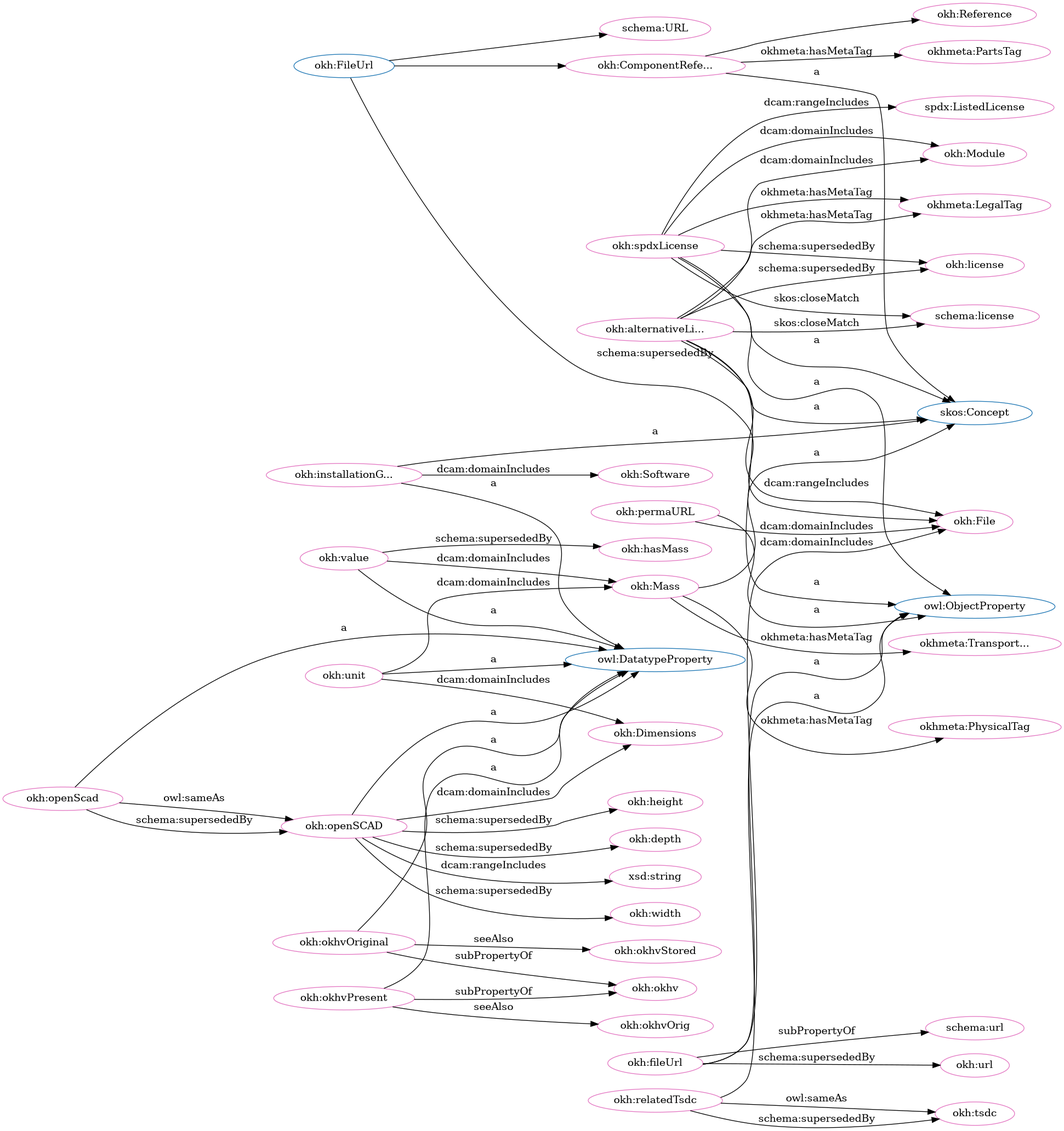
Before: src/spec/dot_okh_deprecated.png, a diagram exported from Graphviz (iop-alliance/OpenKnowHow). Its source is kept beside it as src/spec/dot_okh_deprecated.dot.
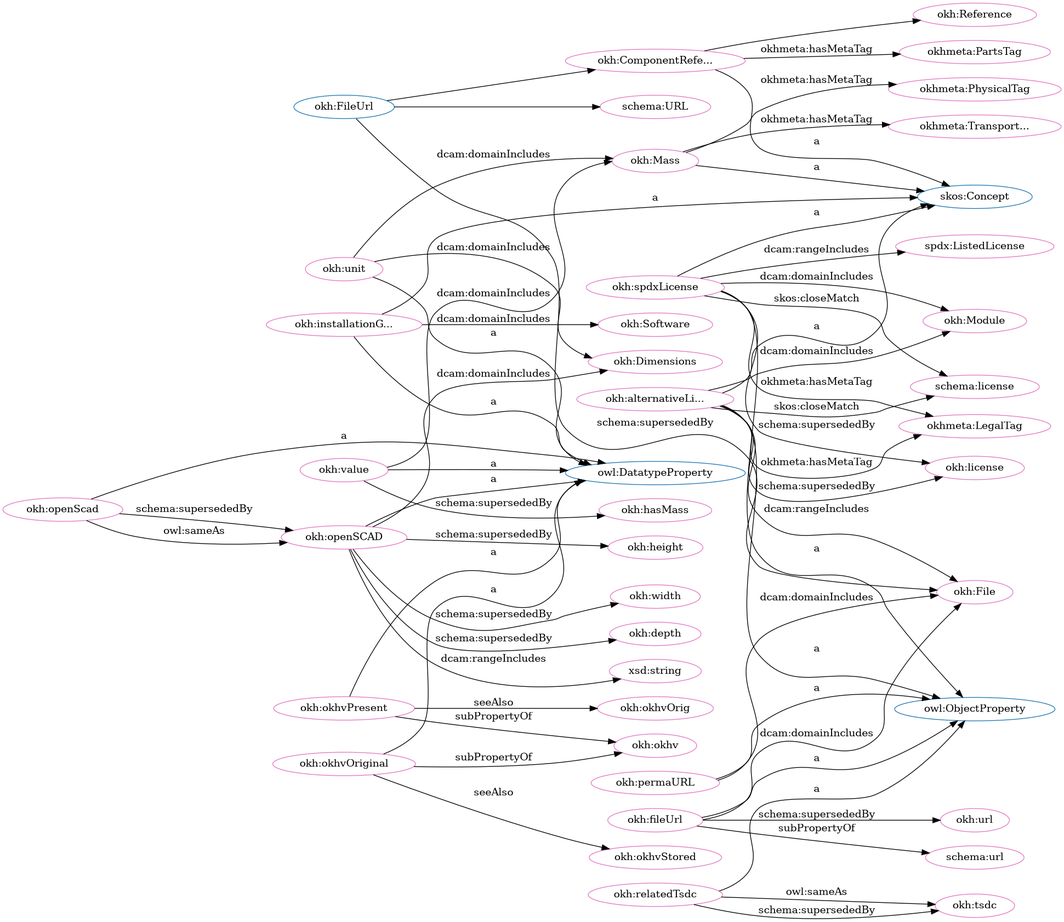
After the commit.

What changed in the source:
```diff
@@ -2,105 +2,105 @@
   rankdir=BT
   node[height=.3]
 "http://w3id.org/oseg/ont/okh#FileUrl" [fillcolor="#1f77b4" color="#1f77b4" label="okh:FileUrl"]
-"http://www.w3.org/2002/07/owl#DatatypeProperty" [fillcolor="#1f77b4" color="#1f77b4" label="owl:DatatypeProperty"]
-"http://schema.org/URL" [fillcolor="#1f77b4" color="#1f77b4" label="schema:URL"]
 "http://w3id.org/oseg/ont/okh#Reference" [fillcolor="#1f77b4" color="#1f77b4" label="okh:Reference"]
-"http://www.w3.org/2002/07/owl#ObjectProperty" [fillcolor="#1f77b4" color="#1f77b4" label="owl:ObjectProperty"]
-"http://www.w3.org/2004/02/skos/core#Concept" [fillcolor="#1f77b4" color="#1f77b4" label="skos:Concept"]
 "http://w3id.org/oseg/ont/okh#Mass" [fillcolor="#1f77b4" color="#1f77b4" label="okh:Mass"]
 "http://w3id.org/oseg/ont/okh#ComponentReference" [fillcolor="#1f77b4" color="#1f77b4" label="okh:ComponentRefe..."]
-"http://schema.org/url" [fillcolor="#e377c2" color="#e377c2" label="schema:url"]
-"http://w3id.org/oseg/ont/okhmetaPartsTag" [fillcolor="#e377c2" color="#e377c2" label="okhmeta:PartsTag"]
-"http://w3id.org/oseg/ont/okh#Module" [fillcolor="#e377c2" color="#e377c2" label="okh:Module"]
+"http://www.w3.org/2004/02/skos/core#Concept" [fillcolor="#1f77b4" color="#1f77b4" label="skos:Concept"]
+"http://schema.org/URL" [fillcolor="#1f77b4" color="#1f77b4" label="schema:URL"]
+"http://www.w3.org/2002/07/owl#ObjectProperty" [fillcolor="#1f77b4" color="#1f77b4" label="owl:ObjectProperty"]
+"http://www.w3.org/2002/07/owl#DatatypeProperty" [fillcolor="#1f77b4" color="#1f77b4" label="owl:DatatypeProperty"]
+"http://w3id.org/oseg/ont/okh#width" [fillcolor="#e377c2" color="#e377c2" label="okh:width"]
+"http://w3id.org/oseg/ont/okh#Mass" [fillcolor="#e377c2" color="#e377c2" label="okh:Mass"]
 "http://w3id.org/oseg/ont/okh#url" [fillcolor="#e377c2" color="#e377c2" label="okh:url"]
 "http://w3id.org/oseg/ont/okh#File" [fillcolor="#e377c2" color="#e377c2" label="okh:File"]
+"http://w3id.org/oseg/ont/okh#license" [fillcolor="#e377c2" color="#e377c2" label="okh:license"]
+"http://w3id.org/oseg/ont/okh#unit" [fillcolor="#e377c2" color="#e377c2" label="okh:unit"]
+"http://w3id.org/oseg/ont/okhmetaLegalTag" [fillcolor="#e377c2" color="#e377c2" label="okhmeta:LegalTag"]
 "http://w3id.org/oseg/ont/okh#ComponentReference" [fillcolor="#e377c2" color="#e377c2" label="okh:ComponentRefe..."]
+"http://w3id.org/oseg/ont/okh#installationGuide" [fillcolor="#e377c2" color="#e377c2" label="okh:installationG..."]
+"http://w3id.org/oseg/ont/okh#permaURL" [fillcolor="#e377c2" color="#e377c2" label="okh:permaURL"]
+"http://schema.org/URL" [fillcolor="#e377c2" color="#e377c2" label="schema:URL"]
+"http://w3id.org/oseg/ont/okh#okhv" [fillcolor="#e377c2" color="#e377c2" label="okh:okhv"]
+"http://w3id.org/oseg/ont/okh#depth" [fillcolor="#e377c2" color="#e377c2" label="okh:depth"]
+"http://w3id.org/oseg/ont/okh#Module" [fillcolor="#e377c2" color="#e377c2" label="okh:Module"]
+"http://w3id.org/oseg/ont/okh#spdxLicense" [fillcolor="#e377c2" color="#e377c2" label="okh:spdxLicense"]
+"http://schema.org/url" [fillcolor="#e377c2" color="#e377c2" label="schema:url"]
+"http://w3id.org/oseg/ont/okh#openSCAD" [fillcolor="#e377c2" color="#e377c2" label="okh:openSCAD"]
+"http://w3id.org/oseg/ont/okh#value" [fillcolor="#e377c2" color="#e377c2" label="okh:value"]
+"http://spdx.org/rdf/terms#ListedLicense" [fillcolor="#e377c2" color="#e377c2" label="spdx:ListedLicense"]
+"http://w3id.org/oseg/ont/okh#tsdc" [fillcolor="#e377c2" color="#e377c2" label="okh:tsdc"]
+"http://w3id.org/oseg/ont/okh#Software" [fillcolor="#e377c2" color="#e377c2" label="okh:Software"]
+"http://w3id.org/oseg/ont/okhmetaPhysicalTag" [fillcolor="#e377c2" color="#e377c2" label="okhmeta:PhysicalTag"]
+"http://w3id.org/oseg/ont/okh#Reference" [fillcolor="#e377c2" color="#e377c2" label="okh:Reference"]
+"http://w3id.org/oseg/ont/okh#okhvOrig" [fillcolor="#e377c2" color="#e377c2" label="okh:okhvOrig"]
+"http://w3id.org/oseg/ont/okh#relatedTsdc" [fillcolor="#e377c2" color="#e377c2" label="okh:relatedTsdc"]
 "http://www.w3.org/2001/XMLSchema#string" [fillcolor="#e377c2" color="#e377c2" label="xsd:string"]
-"http://w3id.org/oseg/ont/okh#value" [fillcolor="#e377c2" color="#e377c2" label="okh:value"]
 "http://w3id.org/oseg/ont/okh#hasMass" [fillcolor="#e377c2" color="#e377c2" label="okh:hasMass"]
-"http://w3id.org/oseg/ont/okh#width" [fillcolor="#e377c2" color="#e377c2" label="okh:width"]
-"http://w3id.org/oseg/ont/okh#license" [fillcolor="#e377c2" color="#e377c2" label="okh:license"]
-"http://w3id.org/oseg/ont/okh#Reference" [fillcolor="#e377c2" color="#e377c2" label="okh:Reference"]
-"http://w3id.org/oseg/ont/okh#installationGuide" [fillcolor="#e377c2" color="#e377c2" label="okh:installationG..."]
+"http://w3id.org/oseg/ont/okh#fileUrl" [fillcolor="#e377c2" color="#e377c2" label="okh:fileUrl"]
+"http://w3id.org/oseg/ont/okh#Dimensions" [fillcolor="#e377c2" color="#e377c2" label="okh:Dimensions"]
 "http://w3id.org/oseg/ont/okh#alternativeLicense" [fillcolor="#e377c2" color="#e377c2" label="okh:alternativeLi..."]
-"http://w3id.org/oseg/ont/okh#Dimensions" [fillcolor="#e377c2" color="#e377c2" label="okh:Dimensions"]
-"http://w3id.org/oseg/ont/okh#Mass" [fillcolor="#e377c2" color="#e377c2" label="okh:Mass"]
-"http://w3id.org/oseg/ont/okh#okhvOrig" [fillcolor="#e377c2" color="#e377c2" label="okh:okhvOrig"]
-"http://w3id.org/oseg/ont/okh#openSCAD" [fillcolor="#e377c2" color="#e377c2" label="okh:openSCAD"]
-"http://w3id.org/oseg/ont/okh#Software" [fillcolor="#e377c2" color="#e377c2" label="okh:Software"]
-"http://w3id.org/oseg/ont/okh#permaURL" [fillcolor="#e377c2" color="#e377c2" label="okh:permaURL"]
-"http://w3id.org/oseg/ont/okh#relatedTsdc" [fillcolor="#e377c2" color="#e377c2" label="okh:relatedTsdc"]
+"http://w3id.org/oseg/ont/okh#openScad" [fillcolor="#e377c2" color="#e377c2" label="okh:openScad"]
+"http://w3id.org/oseg/ont/okh#okhvStored" [fillcolor="#e377c2" color="#e377c2" label="okh:okhvStored"]
+"http://w3id.org/oseg/ont/okhmetaPartsTag" [fillcolor="#e377c2" color="#e377c2" label="okhmeta:PartsTag"]
+"http://w3id.org/oseg/ont/okh#okhvOriginal" [fillcolor="#e377c2" color="#e377c2" label="okh:okhvOriginal"]
 "http://schema.org/license" [fillcolor="#e377c2" color="#e377c2" label="schema:license"]
-"http://w3id.org/oseg/ont/okh#spdxLicense" [fillcolor="#e377c2" color="#e377c2" label="okh:spdxLicense"]
-"http://w3id.org/oseg/ont/okh#fileUrl" [fillcolor="#e377c2" color="#e377c2" label="okh:fileUrl"]
-"http://spdx.org/rdf/terms#ListedLicense" [fillcolor="#e377c2" color="#e377c2" label="spdx:ListedLicense"]
-"http://w3id.org/oseg/ont/okh#depth" [fillcolor="#e377c2" color="#e377c2" label="okh:depth"]
-"http://w3id.org/oseg/ont/okh#openScad" [fillcolor="#e377c2" color="#e377c2" label="okh:openScad"]
-"http://schema.org/URL" [fillcolor="#e377c2" color="#e377c2" label="schema:URL"]
-"http://w3id.org/oseg/ont/okhmetaPhysicalTag" [fillcolor="#e377c2" color="#e377c2" label="okhmeta:PhysicalTag"]
-"http://w3id.org/oseg/ont/okh#okhv" [fillcolor="#e377c2" color="#e377c2" label="okh:okhv"]
-"http://w3id.org/oseg/ont/okhmetaLegalTag" [fillcolor="#e377c2" color="#e377c2" label="okhmeta:LegalTag"]
-"http://w3id.org/oseg/ont/okh#tsdc" [fillcolor="#e377c2" color="#e377c2" label="okh:tsdc"]
-"http://w3id.org/oseg/ont/okh#okhvStored" [fillcolor="#e377c2" color="#e377c2" label="okh:okhvStored"]
-"http://w3id.org/oseg/ont/okh#unit" [fillcolor="#e377c2" color="#e377c2" label="okh:unit"]
+"http://w3id.org/oseg/ont/okh#okhvPresent" [fillcolor="#e377c2" color="#e377c2" label="okh:okhvPresent"]
 "http://w3id.org/oseg/ont/okhmetaTransportationTag" [fillcolor="#e377c2" color="#e377c2" label="okhmeta:Transport..."]
 "http://w3id.org/oseg/ont/okh#height" [fillcolor="#e377c2" color="#e377c2" label="okh:height"]
-"http://w3id.org/oseg/ont/okh#okhvOriginal" [fillcolor="#e377c2" color="#e377c2" label="okh:okhvOriginal"]
-"http://w3id.org/oseg/ont/okh#okhvPresent" [fillcolor="#e377c2" color="#e377c2" label="okh:okhvPresent"]
+  "http://w3id.org/oseg/ont/okh#openSCAD" -> "http://w3id.org/oseg/ont/okh#width" [label="schema:supersededBy"]
+  "http://w3id.org/oseg/ont/okh#fileUrl" -> "http://w3id.org/oseg/ont/okh#url" [label="schema:supersededBy"]
+  "http://w3id.org/oseg/ont/okh#unit" -> "http://w3id.org/oseg/ont/okh#Mass" [label="dcam:domainIncludes"]
+  "http://w3id.org/oseg/ont/okh#FileUrl" -> "http://w3id.org/oseg/ont/okh#File" [label="schema:supersededBy"]
+  "http://w3id.org/oseg/ont/okh#alternativeLicense" -> "http://w3id.org/oseg/ont/okh#license" [label="schema:supersededBy"]
+  "http://w3id.org/oseg/ont/okh#unit" -> "http://www.w3.org/2002/07/owl#DatatypeProperty" [label="a"]
+  "http://w3id.org/oseg/ont/okh#alternativeLicense" -> "http://w3id.org/oseg/ont/okh#File" [label="dcam:rangeIncludes"]
+  "http://w3id.org/oseg/ont/okh#alternativeLicense" -> "http://w3id.org/oseg/ont/okhmetaLegalTag" [label="okhmeta:hasMetaTag"]
+  "http://w3id.org/oseg/ont/okh#fileUrl" -> "http://w3id.org/oseg/ont/okh#File" [label="dcam:domainIncludes"]
+  "http://w3id.org/oseg/ont/okh#ComponentReference" -> "http://www.w3.org/2004/02/skos/core#Concept" [label="a"]
+  "http://w3id.org/oseg/ont/okh#installationGuide" -> "http://www.w3.org/2002/07/owl#DatatypeProperty" [label="a"]
+  "http://w3id.org/oseg/ont/okh#permaURL" -> "http://www.w3.org/2002/07/owl#ObjectProperty" [label="a"]
+  "http://w3id.org/oseg/ont/okh#FileUrl" -> "http://schema.org/URL" [label=""]
+  "http://w3id.org/oseg/ont/okh#okhvPresent" -> "http://w3id.org/oseg/ont/okh#okhv" [label="subPropertyOf"]
+  "http://w3id.org/oseg/ont/okh#openSCAD" -> "http://w3id.org/oseg/ont/okh#depth" [label="schema:supersededBy"]
+  "http://w3id.org/oseg/ont/okh#spdxLicense" -> "http://w3id.org/oseg/ont/okh#Module" [label="dcam:domainIncludes"]
+  "http://w3id.org/oseg/ont/okh#spdxLicense" -> "http://www.w3.org/2004/02/skos/core#Concept" [label="a"]
   "http://w3id.org/oseg/ont/okh#fileUrl" -> "http://schema.org/url" [label="subPropertyOf"]
+  "http://w3id.org/oseg/ont/okh#spdxLicense" -> "http://w3id.org/oseg/ont/okhmetaLegalTag" [label="okhmeta:hasMetaTag"]
+  "http://w3id.org/oseg/ont/okh#okhvOriginal" -> "http://w3id.org/oseg/ont/okh#okhv" [label="subPropertyOf"]
+  "http://w3id.org/oseg/ont/okh#spdxLicense" -> "http://www.w3.org/2002/07/owl#ObjectProperty" [label="a"]
+  "http://w3id.org/oseg/ont/okh#openScad" -> "http://w3id.org/oseg/ont/okh#openSCAD" [label="owl:sameAs"]
+  "http://w3id.org/oseg/ont/okh#value" -> "http://www.w3.org/2002/07/owl#DatatypeProperty" [label="a"]
+  "http://w3id.org/oseg/ont/okh#spdxLicense" -> "http://spdx.org/rdf/terms#ListedLicense" [label="dcam:rangeIncludes"]
+  "http://w3id.org/oseg/ont/okh#relatedTsdc" -> "http://w3id.org/oseg/ont/okh#tsdc" [label="owl:sameAs"]
+  "http://w3id.org/oseg/ont/okh#installationGuide" -> "http://w3id.org/oseg/ont/okh#Software" [label="dcam:domainIncludes"]
+  "http://w3id.org/oseg/ont/okh#relatedTsdc" -> "http://w3id.org/oseg/ont/okh#tsdc" [label="schema:supersededBy"]
+  "http://w3id.org/oseg/ont/okh#Mass" -> "http://w3id.org/oseg/ont/okhmetaPhysicalTag" [label="okhmeta:hasMetaTag"]
+  "http://w3id.org/oseg/ont/okh#spdxLicense" -> "http://w3id.org/oseg/ont/okh#license" [label="schema:supersededBy"]
+  "http://w3id.org/oseg/ont/okh#FileUrl" -> "http://w3id.org/oseg/ont/okh#ComponentReference" [label=""]
+  "http://w3id.org/oseg/ont/okh#ComponentReference" -> "http://w3id.org/oseg/ont/okh#Reference" [label=""]
+  "http://w3id.org/oseg/ont/okh#okhvPresent" -> "http://w3id.org/oseg/ont/okh#okhvOrig" [label="seeAlso"]
+  "http://w3id.org/oseg/ont/okh#Mass" -> "http://www.w3.org/2004/02/skos/core#Concept" [label="a"]
+  "http://w3id.org/oseg/ont/okh#relatedTsdc" -> "http://www.w3.org/2002/07/owl#ObjectProperty" [label="a"]
+  "http://w3id.org/oseg/ont/okh#openSCAD" -> "http://www.w3.org/2001/XMLSchema#string" [label="dcam:rangeIncludes"]
+  "http://w3id.org/oseg/ont/okh#fileUrl" -> "http://www.w3.org/2002/07/owl#ObjectProperty" [label="a"]
+  "http://w3id.org/oseg/ont/okh#value" -> "http://w3id.org/oseg/ont/okh#hasMass" [label="schema:supersededBy"]
+  "http://w3id.org/oseg/ont/okh#openSCAD" -> "http://w3id.org/oseg/ont/okh#Dimensions" [label="dcam:domainIncludes"]
+  "http://w3id.org/oseg/ont/okh#alternativeLicense" -> "http://www.w3.org/2002/07/owl#ObjectProperty" [label="a"]
+  "http://w3id.org/oseg/ont/okh#openScad" -> "http://www.w3.org/2002/07/owl#DatatypeProperty" [label="a"]
+  "http://w3id.org/oseg/ont/okh#okhvOriginal" -> "http://w3id.org/oseg/ont/okh#okhvStored" [label="seeAlso"]
+  "http://w3id.org/oseg/ont/okh#value" -> "http://w3id.org/oseg/ont/okh#Mass" [label="dcam:domainIncludes"]
+  "http://w3id.org/oseg/ont/okh#openScad" -> "http://w3id.org/oseg/ont/okh#openSCAD" [label="schema:supersededBy"]
   "http://w3id.org/oseg/ont/okh#ComponentReference" -> "http://w3id.org/oseg/ont/okhmetaPartsTag" [label="okhmeta:hasMetaTag"]
+  "http://w3id.org/oseg/ont/okh#okhvOriginal" -> "http://www.w3.org/2002/07/owl#DatatypeProperty" [label="a"]
+  "http://w3id.org/oseg/ont/okh#permaURL" -> "http://w3id.org/oseg/ont/okh#File" [label="dcam:domainIncludes"]
+  "http://w3id.org/oseg/ont/okh#alternativeLicense" -> "http://www.w3.org/2004/02/skos/core#Concept" [label="a"]
   "http://w3id.org/oseg/ont/okh#alternativeLicense" -> "http://w3id.org/oseg/ont/okh#Module" [label="dcam:domainIncludes"]
-  "http://w3id.org/oseg/ont/okh#fileUrl" -> "http://w3id.org/oseg/ont/okh#url" [label="schema:supersededBy"]
-  "http://w3id.org/oseg/ont/okh#FileUrl" -> "http://w3id.org/oseg/ont/okh#File" [label="schema:supersededBy"]
-  "http://w3id.org/oseg/ont/okh#FileUrl" -> "http://w3id.org/oseg/ont/okh#ComponentReference" [label=""]
-  "http://w3id.org/oseg/ont/okh#openSCAD" -> "http://www.w3.org/2001/XMLSchema#string" [label="dcam:rangeIncludes"]
-  "http://w3id.org/oseg/ont/okh#value" -> "http://www.w3.org/2002/07/owl#DatatypeProperty" [label="a"]
-  "http://w3id.org/oseg/ont/okh#value" -> "http://w3id.org/oseg/ont/okh#hasMass" [label="schema:supersededBy"]
-  "http://w3id.org/oseg/ont/okh#openSCAD" -> "http://w3id.org/oseg/ont/okh#width" [label="schema:supersededBy"]
-  "http://w3id.org/oseg/ont/okh#fileUrl" -> "http://w3id.org/oseg/ont/okh#File" [label="dcam:domainIncludes"]
-  "http://w3id.org/oseg/ont/okh#spdxLicense" -> "http://w3id.org/oseg/ont/okh#license" [label="schema:supersededBy"]
-  "http://w3id.org/oseg/ont/okh#ComponentReference" -> "http://w3id.org/oseg/ont/okh#Reference" [label=""]
+  "http://w3id.org/oseg/ont/okh#spdxLicense" -> "http://schema.org/license" [label="skos:closeMatch"]
+  "http://w3id.org/oseg/ont/okh#openSCAD" -> "http://www.w3.org/2002/07/owl#DatatypeProperty" [label="a"]
+  "http://w3id.org/oseg/ont/okh#alternativeLicense" -> "http://schema.org/license" [label="skos:closeMatch"]
+  "http://w3id.org/oseg/ont/okh#unit" -> "http://w3id.org/oseg/ont/okh#Dimensions" [label="dcam:domainIncludes"]
   "http://w3id.org/oseg/ont/okh#installationGuide" -> "http://www.w3.org/2004/02/skos/core#Concept" [label="a"]
-  "http://w3id.org/oseg/ont/okh#alternativeLicense" -> "http://www.w3.org/2002/07/owl#ObjectProperty" [label="a"]
-  "http://w3id.org/oseg/ont/okh#unit" -> "http://w3id.org/oseg/ont/okh#Dimensions" [label="dcam:domainIncludes"]
-  "http://w3id.org/oseg/ont/okh#value" -> "http://w3id.org/oseg/ont/okh#Mass" [label="dcam:domainIncludes"]
-  "http://w3id.org/oseg/ont/okh#okhvPresent" -> "http://w3id.org/oseg/ont/okh#okhvOrig" [label="seeAlso"]
-  "http://w3id.org/oseg/ont/okh#openScad" -> "http://w3id.org/oseg/ont/okh#openSCAD" [label="schema:supersededBy"]
-  "http://w3id.org/oseg/ont/okh#installationGuide" -> "http://w3id.org/oseg/ont/okh#Software" [label="dcam:domainIncludes"]
-  "http://w3id.org/oseg/ont/okh#permaURL" -> "http://www.w3.org/2002/07/owl#ObjectProperty" [label="a"]
-  "http://w3id.org/oseg/ont/okh#relatedTsdc" -> "http://www.w3.org/2002/07/owl#ObjectProperty" [label="a"]
-  "http://w3id.org/oseg/ont/okh#alternativeLicense" -> "http://schema.org/license" [label="skos:closeMatch"]
-  "http://w3id.org/oseg/ont/okh#spdxLicense" -> "http://w3id.org/oseg/ont/okh#Module" [label="dcam:domainIncludes"]
-  "http://w3id.org/oseg/ont/okh#spdxLicense" -> "http://www.w3.org/2002/07/owl#ObjectProperty" [label="a"]
-  "http://w3id.org/oseg/ont/okh#Mass" -> "http://www.w3.org/2004/02/skos/core#Concept" [label="a"]
-  "http://w3id.org/oseg/ont/okh#fileUrl" -> "http://www.w3.org/2002/07/owl#ObjectProperty" [label="a"]
-  "http://w3id.org/oseg/ont/okh#openSCAD" -> "http://www.w3.org/2002/07/owl#DatatypeProperty" [label="a"]
-  "http://w3id.org/oseg/ont/okh#alternativeLicense" -> "http://www.w3.org/2004/02/skos/core#Concept" [label="a"]
-  "http://w3id.org/oseg/ont/okh#alternativeLicense" -> "http://w3id.org/oseg/ont/okh#File" [label="dcam:rangeIncludes"]
-  "http://w3id.org/oseg/ont/okh#spdxLicense" -> "http://spdx.org/rdf/terms#ListedLicense" [label="dcam:rangeIncludes"]
-  "http://w3id.org/oseg/ont/okh#openSCAD" -> "http://w3id.org/oseg/ont/okh#depth" [label="schema:supersededBy"]
-  "http://w3id.org/oseg/ont/okh#ComponentReference" -> "http://www.w3.org/2004/02/skos/core#Concept" [label="a"]
-  "http://w3id.org/oseg/ont/okh#openScad" -> "http://www.w3.org/2002/07/owl#DatatypeProperty" [label="a"]
-  "http://w3id.org/oseg/ont/okh#FileUrl" -> "http://schema.org/URL" [label=""]
-  "http://w3id.org/oseg/ont/okh#installationGuide" -> "http://www.w3.org/2002/07/owl#DatatypeProperty" [label="a"]
-  "http://w3id.org/oseg/ont/okh#Mass" -> "http://w3id.org/oseg/ont/okhmetaPhysicalTag" [label="okhmeta:hasMetaTag"]
-  "http://w3id.org/oseg/ont/okh#okhvOriginal" -> "http://w3id.org/oseg/ont/okh#okhv" [label="subPropertyOf"]
-  "http://w3id.org/oseg/ont/okh#alternativeLicense" -> "http://w3id.org/oseg/ont/okhmetaLegalTag" [label="okhmeta:hasMetaTag"]
-  "http://w3id.org/oseg/ont/okh#relatedTsdc" -> "http://w3id.org/oseg/ont/okh#tsdc" [label="schema:supersededBy"]
-  "http://w3id.org/oseg/ont/okh#spdxLicense" -> "http://www.w3.org/2004/02/skos/core#Concept" [label="a"]
-  "http://w3id.org/oseg/ont/okh#permaURL" -> "http://w3id.org/oseg/ont/okh#File" [label="dcam:domainIncludes"]
-  "http://w3id.org/oseg/ont/okh#okhvPresent" -> "http://w3id.org/oseg/ont/okh#okhv" [label="subPropertyOf"]
-  "http://w3id.org/oseg/ont/okh#alternativeLicense" -> "http://w3id.org/oseg/ont/okh#license" [label="schema:supersededBy"]
-  "http://w3id.org/oseg/ont/okh#unit" -> "http://w3id.org/oseg/ont/okh#Mass" [label="dcam:domainIncludes"]
-  "http://w3id.org/oseg/ont/okh#okhvOriginal" -> "http://w3id.org/oseg/ont/okh#okhvStored" [label="seeAlso"]
-  "http://w3id.org/oseg/ont/okh#unit" -> "http://www.w3.org/2002/07/owl#DatatypeProperty" [label="a"]
-  "http://w3id.org/oseg/ont/okh#openScad" -> "http://w3id.org/oseg/ont/okh#openSCAD" [label="owl:sameAs"]
-  "http://w3id.org/oseg/ont/okh#spdxLicense" -> "http://w3id.org/oseg/ont/okhmetaLegalTag" [label="okhmeta:hasMetaTag"]
-  "http://w3id.org/oseg/ont/okh#openSCAD" -> "http://w3id.org/oseg/ont/okh#Dimensions" [label="dcam:domainIncludes"]
-  "http://w3id.org/oseg/ont/okh#spdxLicense" -> "http://schema.org/license" [label="skos:closeMatch"]
+  "http://w3id.org/oseg/ont/okh#okhvPresent" -> "http://www.w3.org/2002/07/owl#DatatypeProperty" [label="a"]
   "http://w3id.org/oseg/ont/okh#Mass" -> "http://w3id.org/oseg/ont/okhmetaTransportationTag" [label="okhmeta:hasMetaTag"]
   "http://w3id.org/oseg/ont/okh#openSCAD" -> "http://w3id.org/oseg/ont/okh#height" [label="schema:supersededBy"]
-  "http://w3id.org/oseg/ont/okh#okhvOriginal" -> "http://www.w3.org/2002/07/owl#DatatypeProperty" [label="a"]
-  "http://w3id.org/oseg/ont/okh#okhvPresent" -> "http://www.w3.org/2002/07/owl#DatatypeProperty" [label="a"]
-  "http://w3id.org/oseg/ont/okh#relatedTsdc" -> "http://w3id.org/oseg/ont/okh#tsdc" [label="owl:sameAs"]
 }
```
